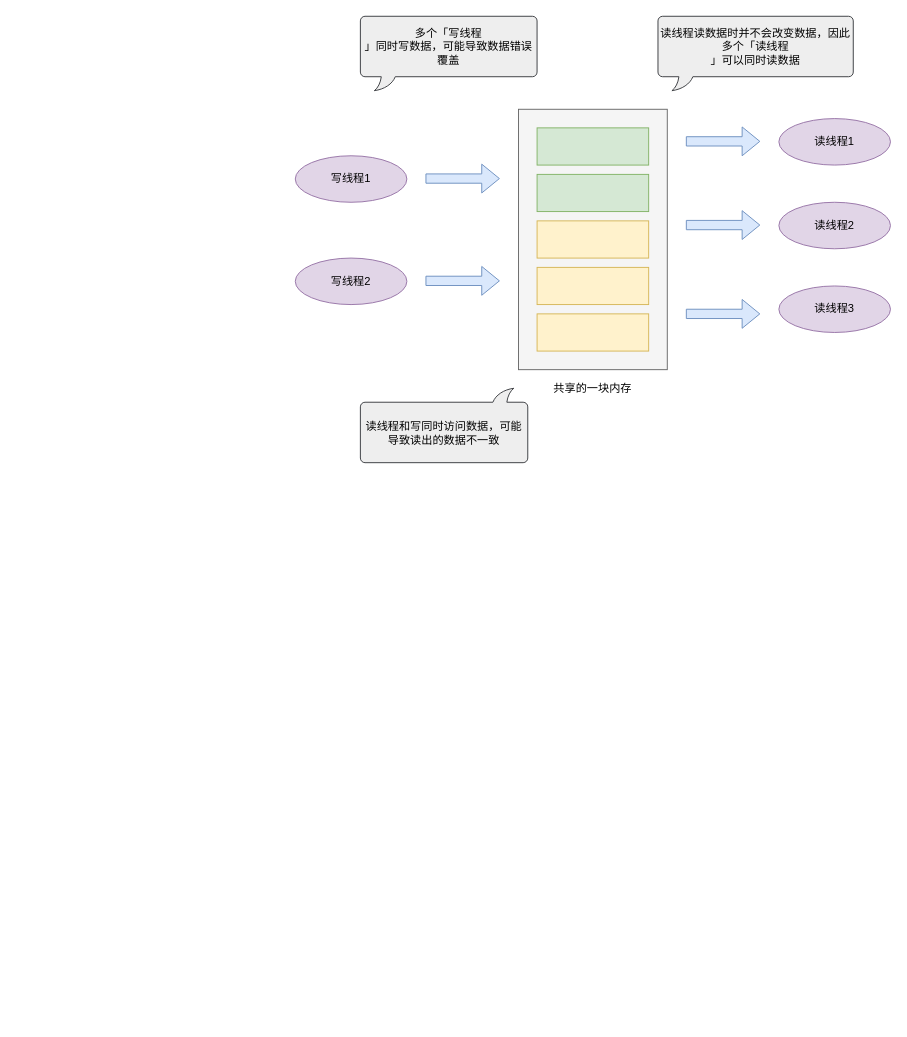
watercjr/Data-Center keeps this draw.io diagram as 互斥与同步.drawio. Above is the earlier version. Source tidied: cells renumbered, new cells numbered last; positions are measured from the earlier drawing's top-left corner, leaving out a move shared by most shapes. Both pictures are drawn from the tidied source at 93%, with x=0, y=0 at pixel (295, 16).
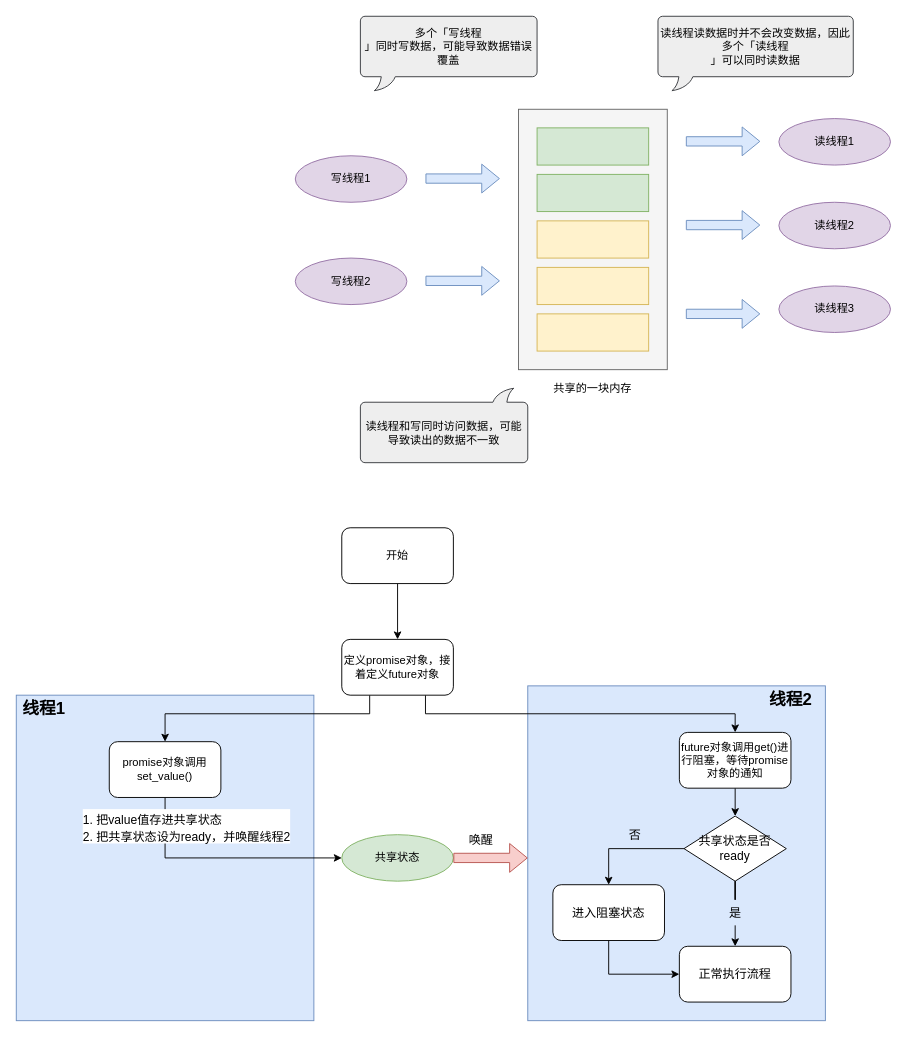
Above is the later version.

Commit message:
Update 互斥与同步.drawio

Diff of the diagram source:
```diff
@@
+    <mxCell id="22" style="rounded=0;whiteSpace=wrap;html=1;fontSize=13;align=center;fillColor=#dae8fc;strokeColor=#6c8ebf;" parent="1" vertex="1">
+      <mxGeometry x="-300" y="730" width="320" height="350" as="geometry" />
+    </mxCell>
+    <mxCell id="23" style="rounded=0;whiteSpace=wrap;html=1;fontSize=13;align=center;fillColor=#dae8fc;strokeColor=#6c8ebf;" parent="1" vertex="1">
+      <mxGeometry x="250" y="720" width="320" height="360" as="geometry" />
+    </mxCell>
@@
+    <mxCell id="24" value="共享状态" style="ellipse;whiteSpace=wrap;html=1;fillColor=#d5e8d4;strokeColor=#82b366;" parent="1" vertex="1">
+      <mxGeometry x="50" y="880" width="120" height="50" as="geometry" />
+    </mxCell>
+    <mxCell id="25" style="edgeStyle=orthogonalEdgeStyle;rounded=0;jettySize=auto;html=1;exitX=0.5;exitY=1;exitDx=0;exitDy=0;" parent="1" edge="1" source="26" target="29">
+      <mxGeometry relative="1" as="geometry" />
+    </mxCell>
+    <mxCell id="26" value="开始" style="rounded=1;whiteSpace=wrap;html=1;" parent="1" vertex="1">
+      <mxGeometry x="50" y="550" width="120" height="60" as="geometry" />
+    </mxCell>
+    <mxCell id="27" style="edgeStyle=orthogonalEdgeStyle;rounded=0;jettySize=auto;html=1;exitX=0.25;exitY=1;exitDx=0;exitDy=0;" parent="1" edge="1" source="29" target="32">
+      <mxGeometry relative="1" as="geometry">
+        <Array as="points">
+          <mxPoint x="80" y="750" />
+          <mxPoint x="-140" y="750" />
+        </Array>
+      </mxGeometry>
+    </mxCell>
+    <mxCell id="28" style="edgeStyle=orthogonalEdgeStyle;rounded=0;jettySize=auto;html=1;exitX=0.75;exitY=1;exitDx=0;exitDy=0;entryX=0.5;entryY=0;entryDx=0;entryDy=0;" parent="1" edge="1" source="29" target="34">
+      <mxGeometry relative="1" as="geometry" />
+    </mxCell>
+    <mxCell id="29" value="定义promise对象，接着定义future对象" style="rounded=1;whiteSpace=wrap;html=1;" parent="1" vertex="1">
+      <mxGeometry x="50" y="670" width="120" height="60" as="geometry" />
+    </mxCell>
+    <mxCell id="30" style="edgeStyle=orthogonalEdgeStyle;rounded=0;jettySize=auto;html=1;exitX=0.5;exitY=1;exitDx=0;exitDy=0;entryX=0;entryY=0.5;entryDx=0;entryDy=0;fontSize=18;" parent="1" edge="1" source="32" target="24">
+      <mxGeometry relative="1" as="geometry" />
+    </mxCell>
+    <mxCell id="31" value="&lt;font style=&quot;font-size: 13px&quot;&gt;1.&amp;nbsp;把value值存进共享状态&lt;br&gt;&lt;div style=&quot;&quot;&gt;2.&amp;nbsp;把共享状态设为ready，并唤醒线程2&lt;/div&gt;&lt;/font&gt;" style="edgeLabel;html=1;align=left;verticalAlign=middle;fontSize=18;" parent="30" vertex="1">
+      <mxGeometry x="-0.08" relative="1" as="geometry">
+        <mxPoint x="-142" y="-35" as="offset" />
+      </mxGeometry>
+    </mxCell>
+    <mxCell id="32" value="promise对象调用set_value()" style="rounded=1;whiteSpace=wrap;html=1;" parent="1" vertex="1">
+      <mxGeometry x="-200" y="780" width="120" height="60" as="geometry" />
+    </mxCell>
+    <mxCell id="33" style="edgeStyle=orthogonalEdgeStyle;rounded=0;jettySize=auto;html=1;exitX=0.5;exitY=1;exitDx=0;exitDy=0;entryX=0.5;entryY=0;entryDx=0;entryDy=0;fontSize=13;" parent="1" edge="1" source="34" target="39">
+      <mxGeometry relative="1" as="geometry" />
+    </mxCell>
+    <mxCell id="34" value="future对象调用get()进行阻塞，等待promise对象的通知" style="rounded=1;whiteSpace=wrap;html=1;" parent="1" vertex="1">
+      <mxGeometry x="413" y="770" width="120" height="60" as="geometry" />
+    </mxCell>
+    <mxCell id="35" value="&lt;b&gt;&lt;font style=&quot;font-size: 18px&quot;&gt;线程1&lt;/font&gt;&lt;/b&gt;" style="text;html=1;strokeColor=none;fillColor=none;align=center;verticalAlign=middle;whiteSpace=wrap;rounded=0;" parent="1" vertex="1">
+      <mxGeometry x="-300" y="730" width="60" height="30" as="geometry" />
+    </mxCell>
+    <mxCell id="36" value="&lt;b&gt;&lt;font style=&quot;font-size: 18px&quot;&gt;线程2&lt;/font&gt;&lt;/b&gt;" style="text;html=1;strokeColor=none;fillColor=none;align=center;verticalAlign=middle;whiteSpace=wrap;rounded=0;" parent="1" vertex="1">
+      <mxGeometry x="503" y="720" width="60" height="30" as="geometry" />
+    </mxCell>
+    <mxCell id="37" style="edgeStyle=orthogonalEdgeStyle;rounded=0;jettySize=auto;html=1;exitX=0;exitY=0.5;exitDx=0;exitDy=0;fontSize=13;entryX=0.5;entryY=0;entryDx=0;entryDy=0;" parent="1" edge="1" source="39" target="41">
+      <mxGeometry relative="1" as="geometry" />
+    </mxCell>
+    <mxCell id="38" style="edgeStyle=orthogonalEdgeStyle;rounded=0;jettySize=auto;html=1;exitX=0.5;exitY=1;exitDx=0;exitDy=0;fontSize=13;startArrow=none;entryX=0.5;entryY=0;entryDx=0;entryDy=0;" parent="1" edge="1" source="43" target="45">
+      <mxGeometry relative="1" as="geometry" />
+    </mxCell>
+    <mxCell id="39" value="共享状态是否ready" style="rhombus;whiteSpace=wrap;html=1;fontSize=13;align=center;" parent="1" vertex="1">
+      <mxGeometry x="418" y="860" width="110" height="70" as="geometry" />
+    </mxCell>
+    <mxCell id="40" style="edgeStyle=orthogonalEdgeStyle;rounded=0;jettySize=auto;html=1;exitX=0.5;exitY=1;exitDx=0;exitDy=0;entryX=0;entryY=0.5;entryDx=0;entryDy=0;fontSize=13;" parent="1" edge="1" source="41" target="45">
+      <mxGeometry relative="1" as="geometry" />
+    </mxCell>
+    <mxCell id="41" value="进入阻塞状态" style="rounded=1;whiteSpace=wrap;html=1;fontSize=13;align=center;" parent="1" vertex="1">
+      <mxGeometry x="277" y="933.8" width="120" height="60" as="geometry" />
+    </mxCell>
+    <mxCell id="42" value="否" style="text;html=1;align=center;verticalAlign=middle;strokeColor=none;fillColor=none;fontSize=13;" parent="1" vertex="1">
+      <mxGeometry x="350" y="870" width="30" height="20" as="geometry" />
+    </mxCell>
+    <mxCell id="43" value="是" style="text;html=1;strokeColor=none;fillColor=none;align=center;verticalAlign=middle;whiteSpace=wrap;rounded=0;fontSize=13;" parent="1" vertex="1">
+      <mxGeometry x="454.5" y="950" width="37" height="27.5" as="geometry" />
+    </mxCell>
+    <mxCell id="44" style="edgeStyle=orthogonalEdgeStyle;rounded=0;jettySize=auto;html=1;fontSize=13;endArrow=none;exitX=0.5;exitY=1;exitDx=0;exitDy=0;" parent="1" edge="1" source="39" target="43">
+      <mxGeometry relative="1" as="geometry" />
+    </mxCell>
+    <mxCell id="45" value="正常执行流程" style="rounded=1;whiteSpace=wrap;html=1;fontSize=13;align=center;" parent="1" vertex="1">
+      <mxGeometry x="413" y="1000" width="120" height="60" as="geometry" />
+    </mxCell>
+    <mxCell id="46" style="shape=flexArrow;endArrow=classic;html=1;rounded=0;fontSize=13;exitX=1;exitY=0.5;exitDx=0;exitDy=0;fillColor=#f8cecc;strokeColor=#b85450;" parent="1" edge="1" source="24">
+      <mxGeometry relative="1" as="geometry">
+        <mxPoint x="250" y="905" as="targetPoint" />
+      </mxGeometry>
+    </mxCell>
+    <mxCell id="47" value="唤醒" style="text;html=1;strokeColor=none;fillColor=none;align=center;verticalAlign=middle;whiteSpace=wrap;rounded=0;fontSize=13;" parent="1" vertex="1">
+      <mxGeometry x="170" y="870" width="60" height="30" as="geometry" />
+    </mxCell>
```
